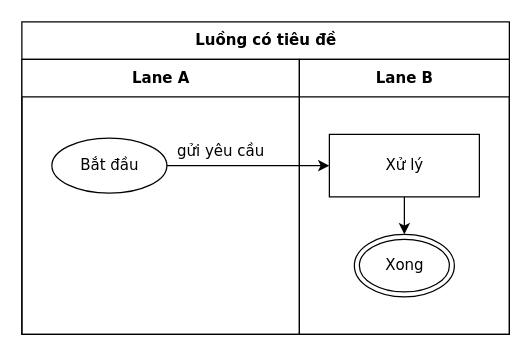
Earlier version of the draw.io diagram conformance/golden/optimize/cases-csv-06-title-and-notes.drawio (luytbq/flowcast). Source tidied: cells renumbered, new cells numbered last; positions are measured from the earlier drawing's top-left corner, leaving out a move shared by most shapes. Both pictures are drawn from the tidied source at 125%, with x=0, y=0 at pixel (21, 21).
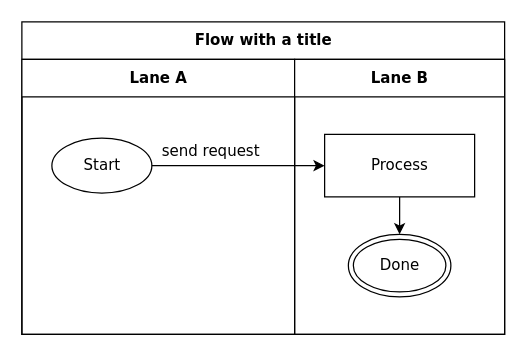
Above is the later version.

What changed in the source:
```diff
@@
 <mxGraphModel>
   <root>
     <mxCell id="0" />
     <mxCell id="1" parent="0" />
-    <mxCell id="2" value="Luồng có tiêu đề" style="swimlane;html=1;startSize=30;fontStyle=1;fontFamily=Verdana;fontSize=12;flowtable=1;" parent="1" vertex="1">
-      <mxGeometry width="390" height="250" as="geometry" />
+    <mxCell id="2" value="Flow with a title" style="swimlane;html=1;startSize=30;fontStyle=1;fontFamily=Verdana;fontSize=12;flowtable=1;" parent="1" vertex="1">
+      <mxGeometry width="386.2" height="250" as="geometry" />
     </mxCell>
     <mxCell id="3" value="Lane A" style="swimlane;html=1;startSize=30;fontFamily=Verdana;fontSize=12;flowtable=1;" parent="2" vertex="1">
-      <mxGeometry y="30" width="222" height="220" as="geometry" />
+      <mxGeometry y="30" width="218.2" height="220" as="geometry" />
     </mxCell>
     <mxCell id="4" value="Lane B" style="swimlane;html=1;startSize=30;fontFamily=Verdana;fontSize=12;flowtable=1;" parent="2" vertex="1">
-      <mxGeometry x="222" y="30" width="168" height="220" as="geometry" />
+      <mxGeometry x="218.2" y="30" width="168" height="220" as="geometry" />
     </mxCell>
-    <mxCell id="5" value="Bắt đầu" style="ellipse;html=1;fontFamily=Verdana;fontSize=12;flowtable=1;" parent="3" vertex="1">
-      <mxGeometry x="24" y="63" width="92" height="44" as="geometry" />
+    <mxCell id="5" value="Start" style="ellipse;html=1;fontFamily=Verdana;fontSize=12;flowtable=1;" parent="3" vertex="1">
+      <mxGeometry x="24" y="63" width="80" height="44" as="geometry" />
     </mxCell>
-    <mxCell id="6" value="Xử lý" style="rounded=0;html=1;fontFamily=Verdana;fontSize=12;flowtable=1;" parent="4" vertex="1">
+    <mxCell id="6" value="Process" style="rounded=0;html=1;fontFamily=Verdana;fontSize=12;flowtable=1;" parent="4" vertex="1">
       <mxGeometry x="24" y="60" width="120" height="50" as="geometry" />
     </mxCell>
-    <mxCell id="7" value="Xong" style="shape=doubleEllipse;html=1;fontFamily=Verdana;fontSize=12;flowtable=1;" parent="4" vertex="1">
-      <mxGeometry x="44" y="140" width="80" height="50" as="geometry" />
+    <mxCell id="7" value="Done" style="shape=doubleEllipse;html=1;fontFamily=Verdana;fontSize=12;flowtable=1;" parent="4" vertex="1">
+      <mxGeometry x="43" y="140" width="82" height="50" as="geometry" />
     </mxCell>
-    <mxCell id="8" value="gửi yêu cầu" style="edgeStyle=orthogonalEdgeStyle;rounded=0;jettySize=auto;html=1;labelBackgroundColor=default;exitX=1;exitY=0.5;exitDx=0;exitDy=0;entryX=0;entryY=0.5;entryDx=0;entryDy=0;fontFamily=Verdana;fontSize=12;flowtable=1;" parent="2" edge="1" source="5" target="6">
-      <mxGeometry x="-0.34" relative="1" as="geometry">
+    <mxCell id="8" value="send request" style="edgeStyle=orthogonalEdgeStyle;rounded=0;jettySize=auto;html=1;labelBackgroundColor=default;exitX=1;exitY=0.5;exitDx=0;exitDy=0;entryX=0;entryY=0.5;entryDx=0;entryDy=0;fontFamily=Verdana;fontSize=12;flowtable=1;" parent="2" edge="1" source="5" target="6">
+      <mxGeometry x="-0.32" relative="1" as="geometry">
         <mxPoint y="-11.5" as="offset" />
       </mxGeometry>
     </mxCell>
     <mxCell id="9" style="edgeStyle=orthogonalEdgeStyle;rounded=0;jettySize=auto;html=1;labelBackgroundColor=default;exitX=0.5;exitY=1;exitDx=0;exitDy=0;entryX=0.5;entryY=0;entryDx=0;entryDy=0;fontFamily=Verdana;fontSize=12;flowtable=1;" parent="2" edge="1" source="6" target="7">
       <mxGeometry relative="1" as="geometry" />
     </mxCell>
   </root>
 </mxGraphModel>
```
